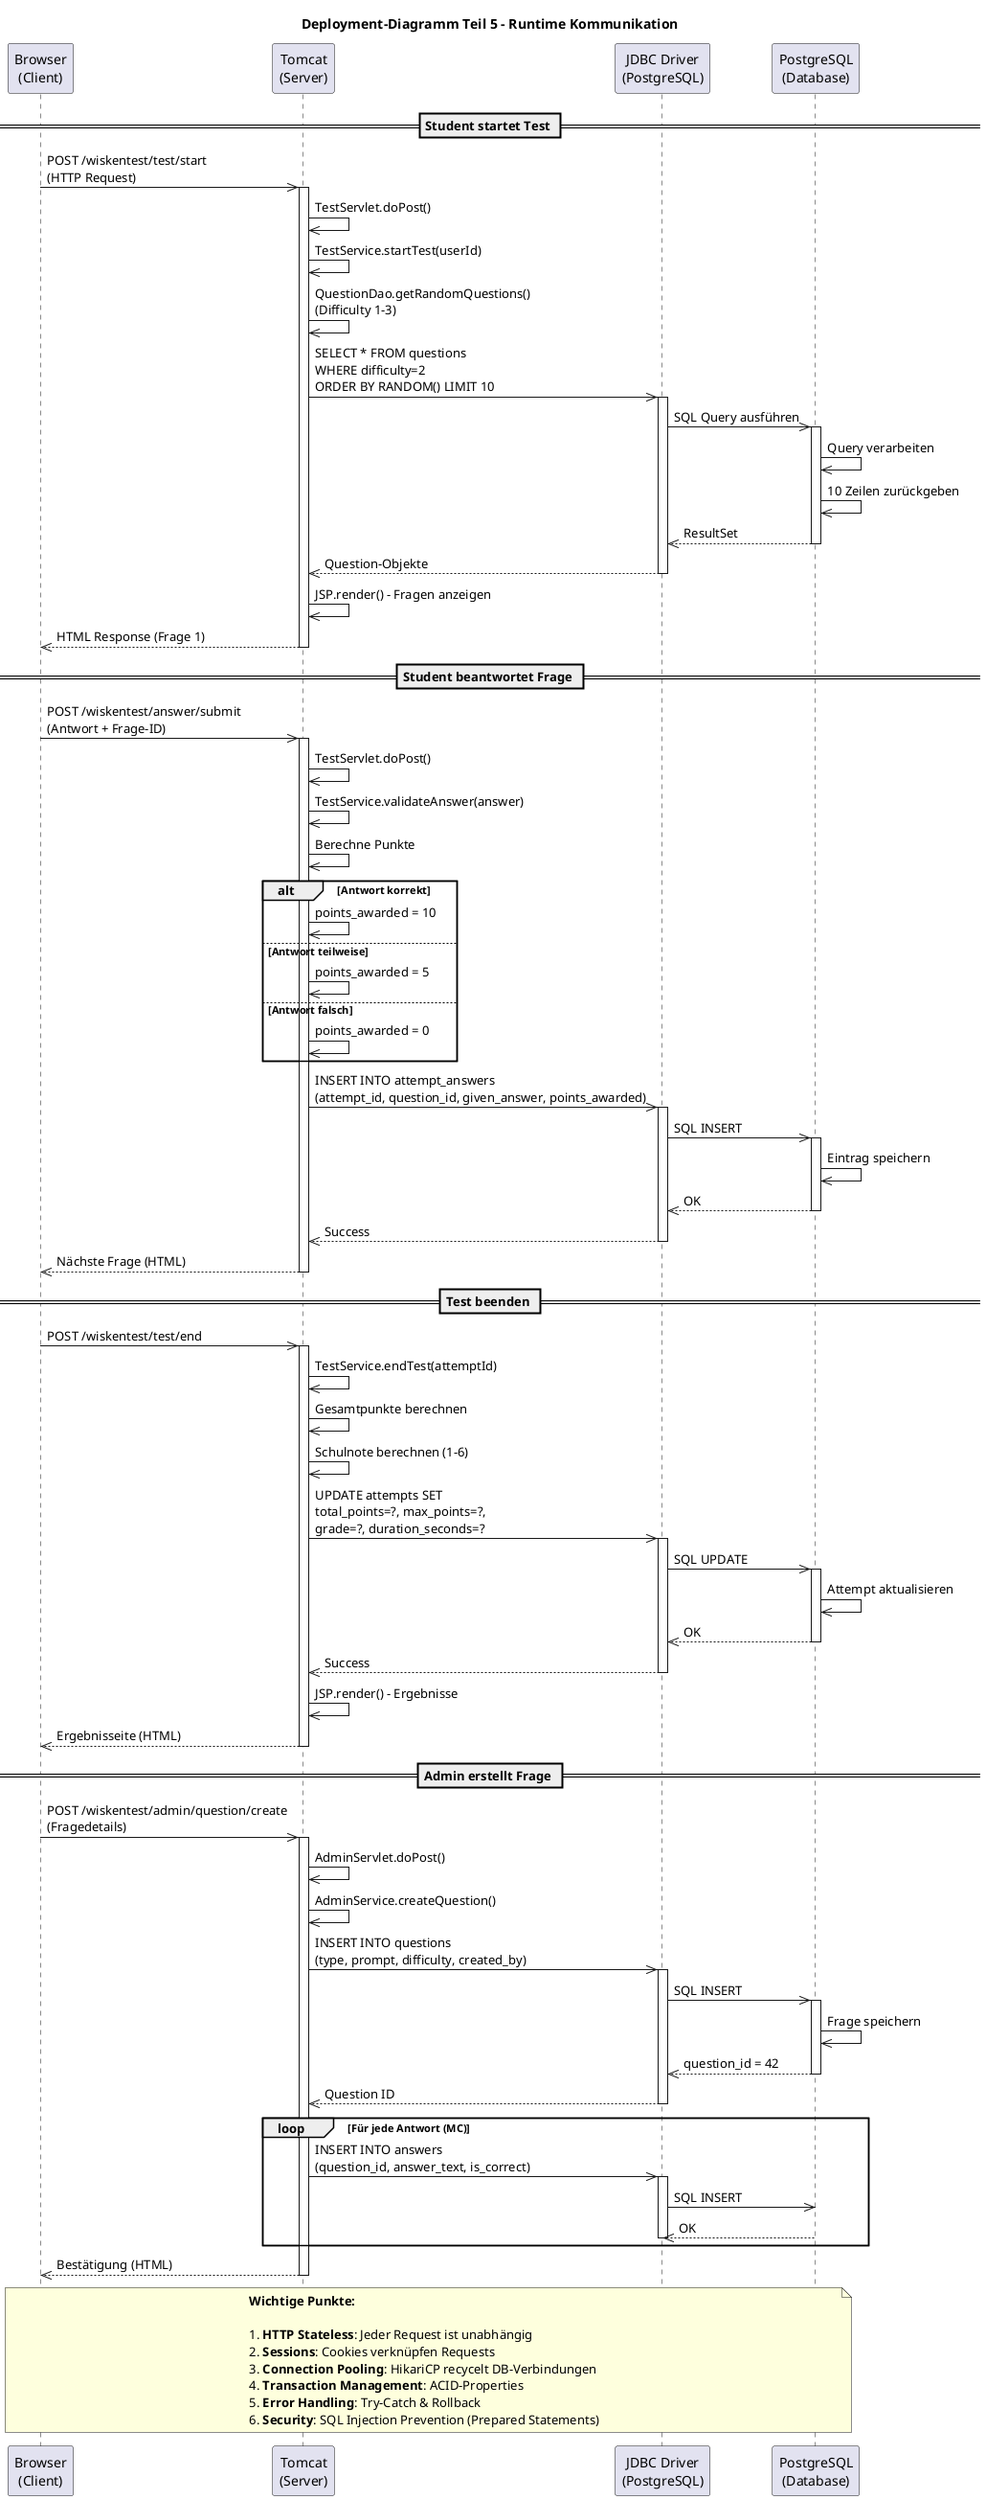
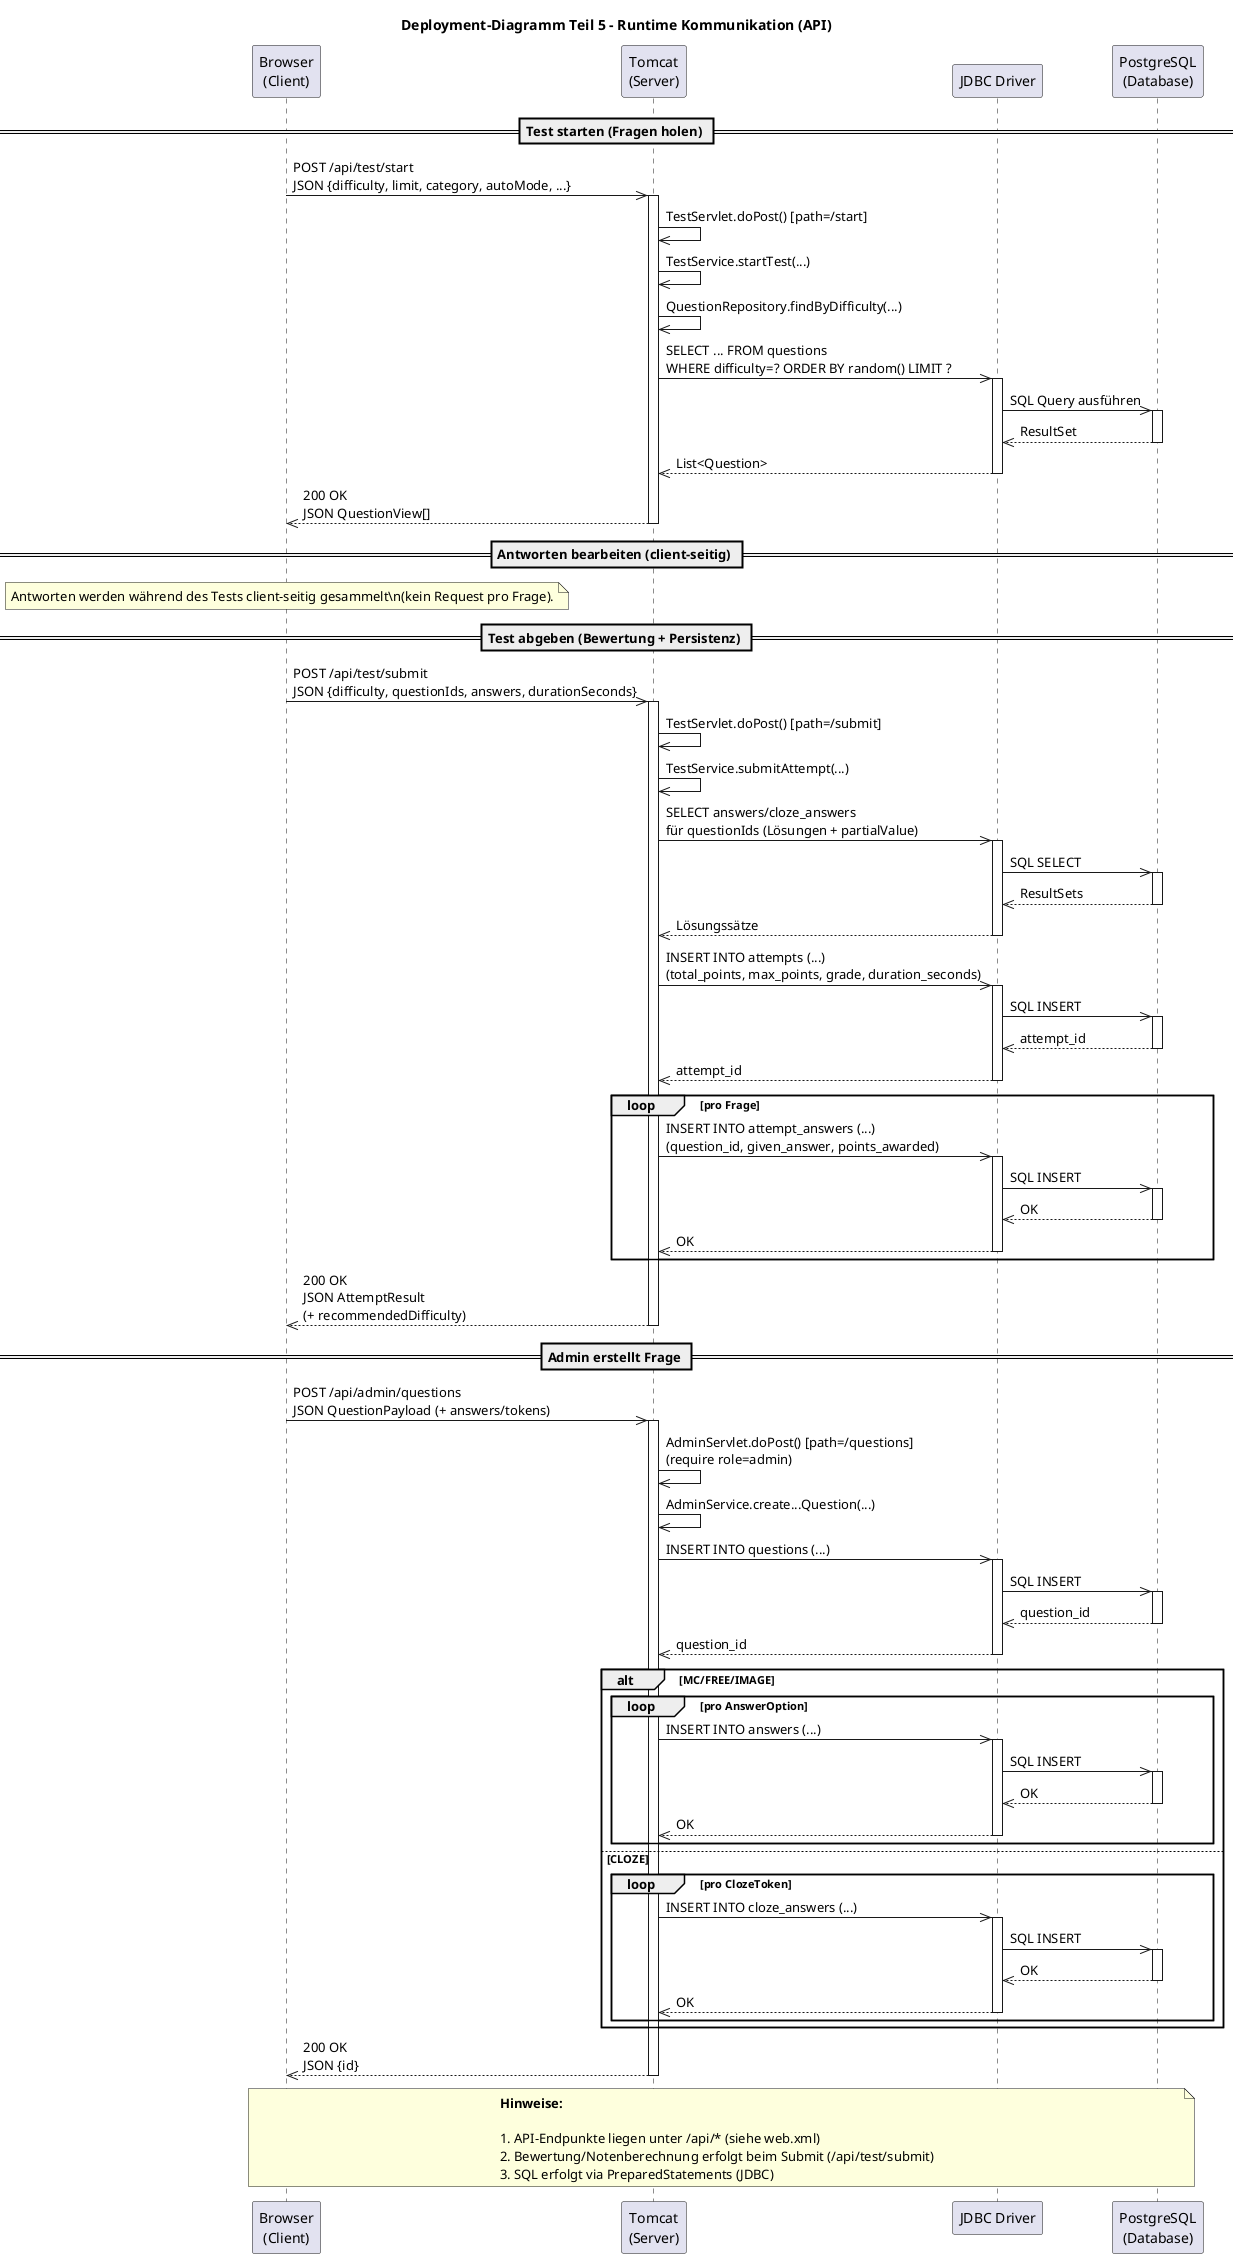
@startuml Deployment_05_Runtime

- title Deployment-Diagramm Teil 5 - Runtime Kommunikation
+ title Deployment-Diagramm Teil 5 - Runtime Kommunikation (API)

participant "Browser\n(Client)" as BROWSER
participant "Tomcat\n(Server)" as TOMCAT
- participant "JDBC Driver\n(PostgreSQL)" as JDBC
+ participant "JDBC Driver" as JDBC
participant "PostgreSQL\n(Database)" as DB

- == Student startet Test ==
+ == Test starten (Fragen holen) ==

- BROWSER ->> TOMCAT: POST /wiskentest/test/start\n(HTTP Request)
+ BROWSER ->> TOMCAT: POST /api/test/start\nJSON {difficulty, limit, category, autoMode, ...}
activate TOMCAT

- TOMCAT ->> TOMCAT: TestServlet.doPost()
- TOMCAT ->> TOMCAT: TestService.startTest(userId)
- TOMCAT ->> TOMCAT: QuestionDao.getRandomQuestions()\n(Difficulty 1-3)
+ TOMCAT ->> TOMCAT: TestServlet.doPost() [path=/start]
+ TOMCAT ->> TOMCAT: TestService.startTest(...)
+ TOMCAT ->> TOMCAT: QuestionRepository.findByDifficulty(...)

- TOMCAT ->> JDBC: SELECT * FROM questions\nWHERE difficulty=2\nORDER BY RANDOM() LIMIT 10
+ TOMCAT ->> JDBC: SELECT ... FROM questions\nWHERE difficulty=? ORDER BY random() LIMIT ?
activate JDBC

JDBC ->> DB: SQL Query ausführen
activate DB
- DB ->> DB: Query verarbeiten
- DB ->> DB: 10 Zeilen zurückgeben
DB -->> JDBC: ResultSet
deactivate DB

- JDBC -->> TOMCAT: Question-Objekte
+ JDBC -->> TOMCAT: List<Question>
deactivate JDBC

- TOMCAT ->> TOMCAT: JSP.render() - Fragen anzeigen
- TOMCAT -->> BROWSER: HTML Response (Frage 1)
+ TOMCAT -->> BROWSER: 200 OK\nJSON QuestionView[]
deactivate TOMCAT

- == Student beantwortet Frage ==
+ == Antworten bearbeiten (client-seitig) ==

- BROWSER ->> TOMCAT: POST /wiskentest/answer/submit\n(Antwort + Frage-ID)
+ note over BROWSER
+     Antworten werden während des Tests client-seitig gesammelt\n(kein Request pro Frage).
+ end note
+ 
+ == Test abgeben (Bewertung + Persistenz) ==
+ 
+ BROWSER ->> TOMCAT: POST /api/test/submit\nJSON {difficulty, questionIds, answers, durationSeconds}
activate TOMCAT

- TOMCAT ->> TOMCAT: TestServlet.doPost()
- TOMCAT ->> TOMCAT: TestService.validateAnswer(answer)
- TOMCAT ->> TOMCAT: Berechne Punkte
+ TOMCAT ->> TOMCAT: TestServlet.doPost() [path=/submit]
+ TOMCAT ->> TOMCAT: TestService.submitAttempt(...)

- alt Antwort korrekt
-     TOMCAT ->> TOMCAT: points_awarded = 10
- else Antwort teilweise
-     TOMCAT ->> TOMCAT: points_awarded = 5
- else Antwort falsch
-     TOMCAT ->> TOMCAT: points_awarded = 0
+ TOMCAT ->> JDBC: SELECT answers/cloze_answers\nfür questionIds (Lösungen + partialValue)
+ activate JDBC
+ JDBC ->> DB: SQL SELECT
+ activate DB
+ DB -->> JDBC: ResultSets
+ deactivate DB
+ JDBC -->> TOMCAT: Lösungssätze
+ deactivate JDBC
+ 
+ TOMCAT ->> JDBC: INSERT INTO attempts (...)\n(total_points, max_points, grade, duration_seconds)
+ activate JDBC
+ JDBC ->> DB: SQL INSERT
+ activate DB
+ DB -->> JDBC: attempt_id
+ deactivate DB
+ JDBC -->> TOMCAT: attempt_id
+ deactivate JDBC
+ 
+ loop pro Frage
+     TOMCAT ->> JDBC: INSERT INTO attempt_answers (...)\n(question_id, given_answer, points_awarded)
+     activate JDBC
+     JDBC ->> DB: SQL INSERT
+     activate DB
+     DB -->> JDBC: OK
+     deactivate DB
+     JDBC -->> TOMCAT: OK
+     deactivate JDBC
end

- TOMCAT ->> JDBC: INSERT INTO attempt_answers\n(attempt_id, question_id, given_answer, points_awarded)
- activate JDBC
- 
- JDBC ->> DB: SQL INSERT
- activate DB
- DB ->> DB: Eintrag speichern
- DB -->> JDBC: OK
- deactivate DB
- 
- JDBC -->> TOMCAT: Success
- deactivate JDBC
- 
- TOMCAT -->> BROWSER: Nächste Frage (HTML)
- deactivate TOMCAT
- 
- == Test beenden ==
- 
- BROWSER ->> TOMCAT: POST /wiskentest/test/end
- activate TOMCAT
- 
- TOMCAT ->> TOMCAT: TestService.endTest(attemptId)
- TOMCAT ->> TOMCAT: Gesamtpunkte berechnen
- TOMCAT ->> TOMCAT: Schulnote berechnen (1-6)
- 
- TOMCAT ->> JDBC: UPDATE attempts SET\ntotal_points=?, max_points=?,\ngrade=?, duration_seconds=?
- activate JDBC
- 
- JDBC ->> DB: SQL UPDATE
- activate DB
- DB ->> DB: Attempt aktualisieren
- DB -->> JDBC: OK
- deactivate DB
- 
- JDBC -->> TOMCAT: Success
- deactivate JDBC
- 
- TOMCAT ->> TOMCAT: JSP.render() - Ergebnisse
- TOMCAT -->> BROWSER: Ergebnisseite (HTML)
+ TOMCAT -->> BROWSER: 200 OK\nJSON AttemptResult\n(+ recommendedDifficulty)
deactivate TOMCAT

== Admin erstellt Frage ==

- BROWSER ->> TOMCAT: POST /wiskentest/admin/question/create\n(Fragedetails)
+ BROWSER ->> TOMCAT: POST /api/admin/questions\nJSON QuestionPayload (+ answers/tokens)
activate TOMCAT
+ TOMCAT ->> TOMCAT: AdminServlet.doPost() [path=/questions]\n(require role=admin)
+ TOMCAT ->> TOMCAT: AdminService.create...Question(...)

- TOMCAT ->> TOMCAT: AdminServlet.doPost()
- TOMCAT ->> TOMCAT: AdminService.createQuestion()
- 
- TOMCAT ->> JDBC: INSERT INTO questions\n(type, prompt, difficulty, created_by)
+ TOMCAT ->> JDBC: INSERT INTO questions (...)
activate JDBC
- 
JDBC ->> DB: SQL INSERT
activate DB
- DB ->> DB: Frage speichern
- DB -->> JDBC: question_id = 42
+ DB -->> JDBC: question_id
deactivate DB
- 
- JDBC -->> TOMCAT: Question ID
+ JDBC -->> TOMCAT: question_id
deactivate JDBC

- loop Für jede Antwort (MC)
-     TOMCAT ->> JDBC: INSERT INTO answers\n(question_id, answer_text, is_correct)
-     activate JDBC
-     JDBC ->> DB: SQL INSERT
-     DB -->> JDBC: OK
-     deactivate JDBC
+ alt MC/FREE/IMAGE
+     loop pro AnswerOption
+         TOMCAT ->> JDBC: INSERT INTO answers (...)
+         activate JDBC
+         JDBC ->> DB: SQL INSERT
+         activate DB
+         DB -->> JDBC: OK
+         deactivate DB
+         JDBC -->> TOMCAT: OK
+         deactivate JDBC
+     end
+ else CLOZE
+     loop pro ClozeToken
+         TOMCAT ->> JDBC: INSERT INTO cloze_answers (...)
+         activate JDBC
+         JDBC ->> DB: SQL INSERT
+         activate DB
+         DB -->> JDBC: OK
+         deactivate DB
+         JDBC -->> TOMCAT: OK
+         deactivate JDBC
+     end
end

- TOMCAT -->> BROWSER: Bestätigung (HTML)
+ TOMCAT -->> BROWSER: 200 OK\nJSON {id}
deactivate TOMCAT

note over BROWSER,DB
-   **Wichtige Punkte:**
+     **Hinweise:**

-   1. **HTTP Stateless**: Jeder Request ist unabhängig
-   2. **Sessions**: Cookies verknüpfen Requests
-   3. **Connection Pooling**: HikariCP recycelt DB-Verbindungen
-   4. **Transaction Management**: ACID-Properties
-   5. **Error Handling**: Try-Catch & Rollback
-   6. **Security**: SQL Injection Prevention (Prepared Statements)
+     1. API-Endpunkte liegen unter /api/* (siehe web.xml)
+     2. Bewertung/Notenberechnung erfolgt beim Submit (/api/test/submit)
+     3. SQL erfolgt via PreparedStatements (JDBC)
end note

@enduml
